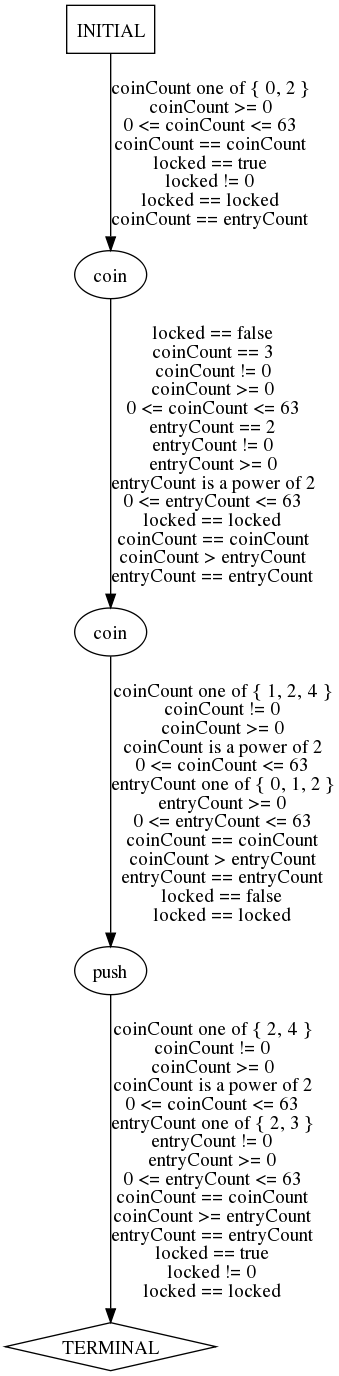
Above: traces/abstract/turnstile-example/predicted-paths/turnstile-example-test9.dot.png in ModelInference/synoptic (Graphviz), before the change. Its source is kept beside it as traces/abstract/turnstile-example/predicted-paths/turnstile-example-test9.dot.
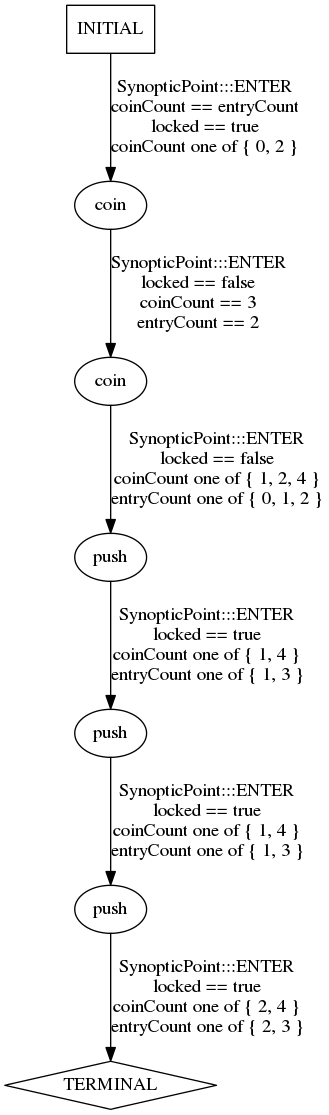
The same diagram one commit later.

The edit, as a diff of the source:
```diff
@@ -2,10 +2,14 @@
   0 [label="coin"];
   1 [label="coin"];
   2 [label="push"];
-  3 [label="TERMINAL",shape=diamond];
-  4 [label="INITIAL",shape=box];
-0->1 [label="locked == false\ncoinCount == 3\ncoinCount != 0\ncoinCount >= 0\n0 <= coinCount <= 63\nentryCount == 2\nentryCount != 0\nentryCount >= 0\nentryCount is a power of 2\n0 <= entryCount <= 63\nlocked == locked\ncoinCount == coinCount\ncoinCount > entryCount\nentryCount == entryCount",];
-1->2 [label="coinCount one of { 1, 2, 4 }\ncoinCount != 0\ncoinCount >= 0\ncoinCount is a power of 2\n0 <= coinCount <= 63\nentryCount one of { 0, 1, 2 }\nentryCount >= 0\n0 <= entryCount <= 63\ncoinCount == coinCount\ncoinCount > entryCount\nentryCount == entryCount\nlocked == false\nlocked == locked",];
-2->3 [label="coinCount one of { 2, 4 }\ncoinCount != 0\ncoinCount >= 0\ncoinCount is a power of 2\n0 <= coinCount <= 63\nentryCount one of { 2, 3 }\nentryCount != 0\nentryCount >= 0\n0 <= entryCount <= 63\ncoinCount == coinCount\ncoinCount >= entryCount\nentryCount == entryCount\nlocked == true\nlocked != 0\nlocked == locked",];
-4->0 [label="coinCount one of { 0, 2 }\ncoinCount >= 0\n0 <= coinCount <= 63\ncoinCount == coinCount\nlocked == true\nlocked != 0\nlocked == locked\ncoinCount == entryCount",];
+  3 [label="push"];
+  4 [label="push"];
+  5 [label="TERMINAL",shape=diamond];
+  6 [label="INITIAL",shape=box];
+0->1 [label="SynopticPoint:::ENTER\nlocked == false\ncoinCount == 3\nentryCount == 2\n",];
+1->2 [label="SynopticPoint:::ENTER\nlocked == false\ncoinCount one of { 1, 2, 4 }\nentryCount one of { 0, 1, 2 }\n",];
+2->3 [label="SynopticPoint:::ENTER\nlocked == true\ncoinCount one of { 1, 4 }\nentryCount one of { 1, 3 }\n",];
+3->4 [label="SynopticPoint:::ENTER\nlocked == true\ncoinCount one of { 1, 4 }\nentryCount one of { 1, 3 }\n",];
+4->5 [label="SynopticPoint:::ENTER\nlocked == true\ncoinCount one of { 2, 4 }\nentryCount one of { 2, 3 }\n",];
+6->0 [label="SynopticPoint:::ENTER\ncoinCount == entryCount\nlocked == true\ncoinCount one of { 0, 2 }\n",];
 } // digraph {
```
